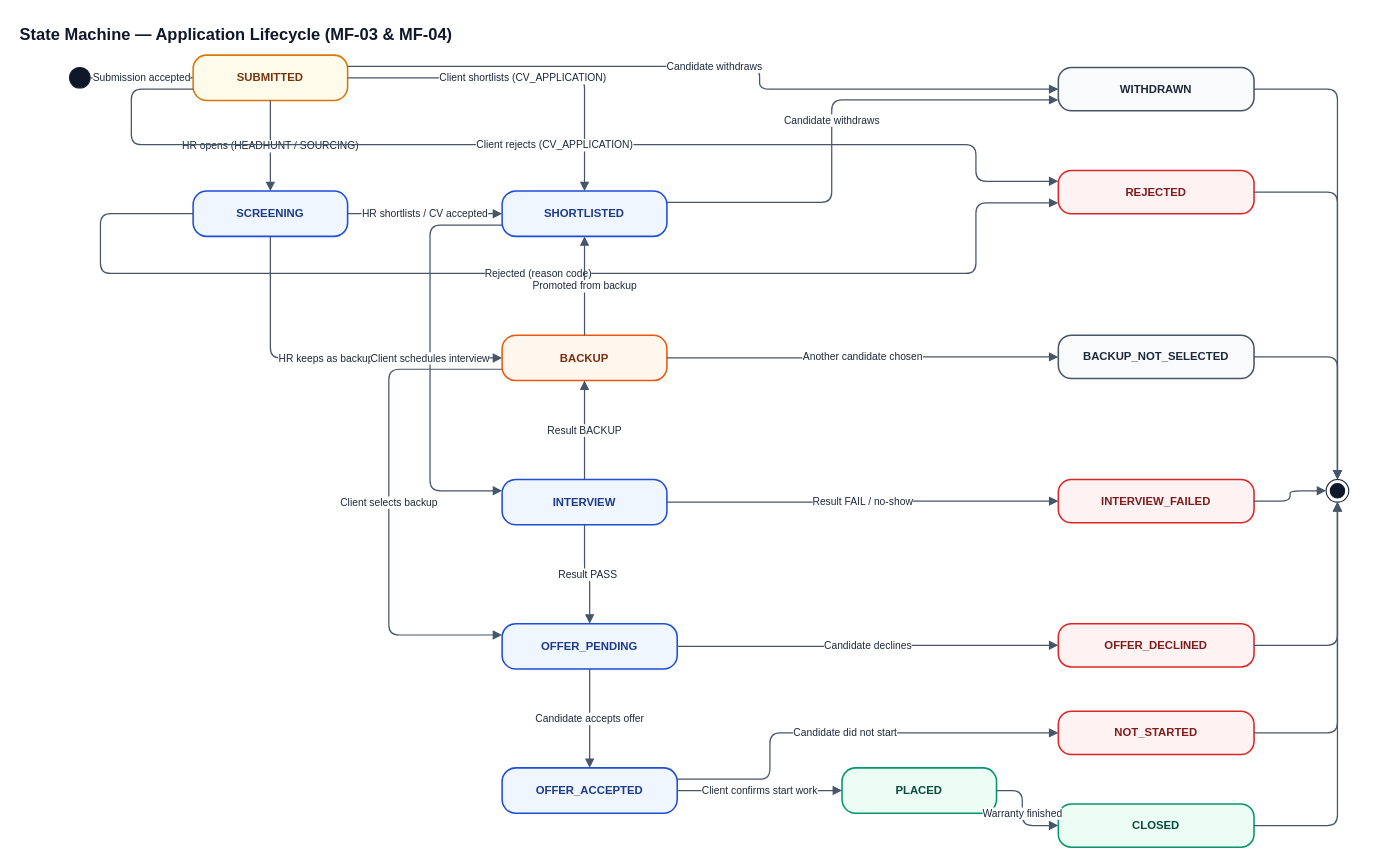
This is docs/diagrams/state-machines/source/sm-application.drawio from hoangqui794/hr-connect, a draw.io file, before an edit. Source tidied: cells renumbered, new cells numbered last; positions are measured from the earlier drawing's top-left corner, leaving out a move shared by most shapes. Both pictures are drawn from the tidied source at 103%, with x=0, y=0 at pixel (18, 18).
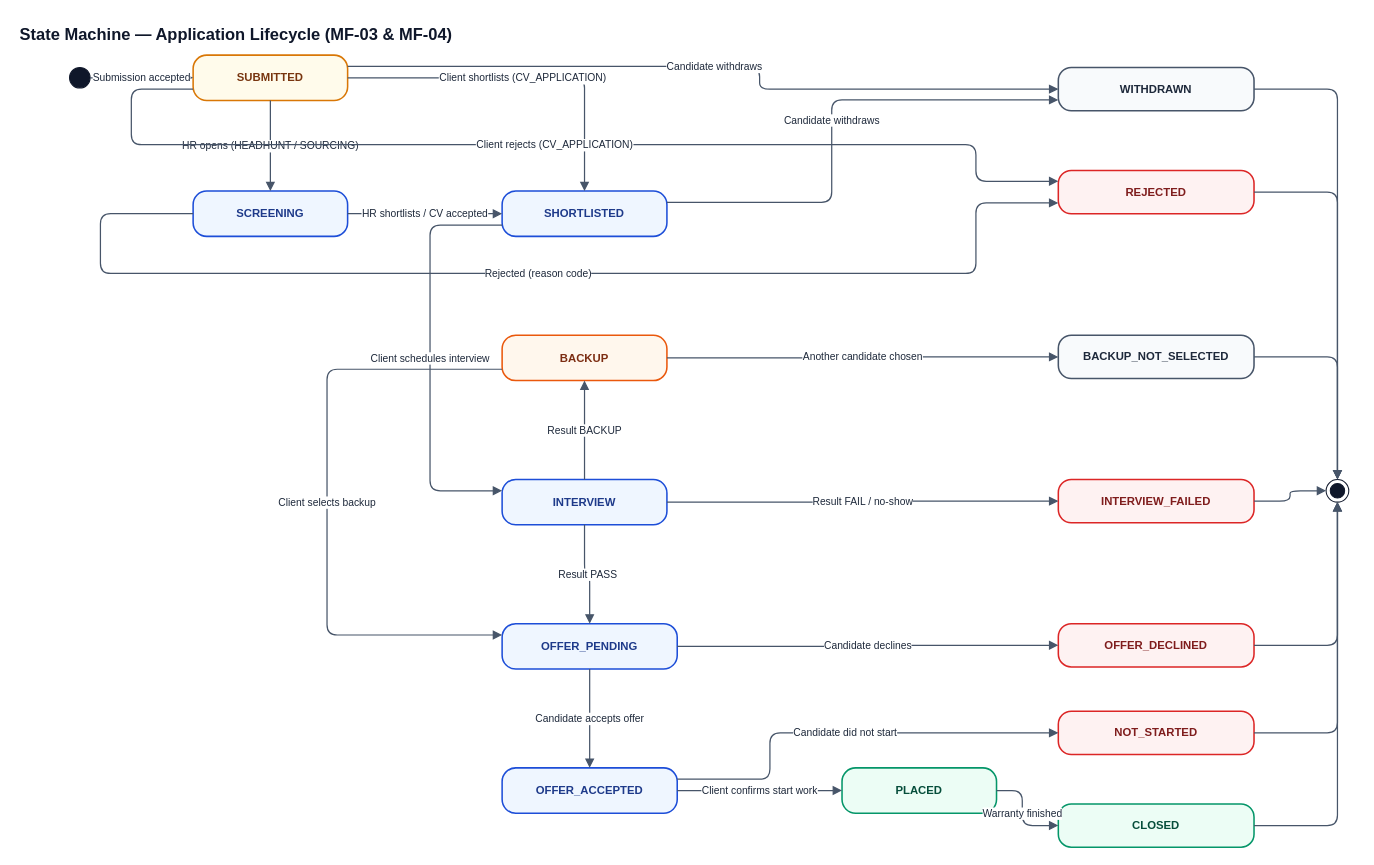
Above is the later version.

The change refers to these unchanged cells:
```xml
<mxCell id="5" value="SCREENING" style="rounded=1;whiteSpace=wrap;html=1;arcSize=30;fillColor=#EFF6FF;strokeColor=#1D4ED8;strokeWidth=1.5;fontStyle=1;fontSize=11;fontFamily=Helvetica;fontColor=#1E3A8A;" parent="1" vertex="1">
  <mxGeometry x="170" y="168" width="150" height="44" as="geometry" />
</mxCell>
<mxCell id="6" value="SHORTLISTED" style="rounded=1;whiteSpace=wrap;html=1;arcSize=30;fillColor=#EFF6FF;strokeColor=#1D4ED8;strokeWidth=1.5;fontStyle=1;fontSize=11;fontFamily=Helvetica;fontColor=#1E3A8A;" parent="1" vertex="1">
  <mxGeometry x="470" y="168" width="160" height="44" as="geometry" />
</mxCell>
<mxCell id="7" value="BACKUP" style="rounded=1;whiteSpace=wrap;html=1;arcSize=30;fillColor=#FFF7ED;strokeColor=#EA580C;strokeWidth=1.5;fontStyle=1;fontSize=11;fontFamily=Helvetica;fontColor=#7C2D12;" parent="1" vertex="1">
  <mxGeometry x="470" y="308" width="160" height="44" as="geometry" />
</mxCell>
<mxCell id="9" value="OFFER_PENDING" style="rounded=1;whiteSpace=wrap;html=1;arcSize=30;fillColor=#EFF6FF;strokeColor=#1D4ED8;strokeWidth=1.5;fontStyle=1;fontSize=11;fontFamily=Helvetica;fontColor=#1E3A8A;" parent="1" vertex="1">
  <mxGeometry x="470" y="588" width="170" height="44" as="geometry" />
</mxCell>
```

Change to the diagram source:
```diff
@@
-    <mxCell id="26" value="HR keeps as backup" style="edgeStyle=orthogonalEdgeStyle;rounded=1;jettySize=auto;html=1;endArrow=block;endFill=1;fontSize=10;fontFamily=Helvetica;fontColor=#1E293B;labelBackgroundColor=#FFFFFF;strokeColor=#475569;strokeWidth=1.2;exitX=0.5;exitY=1;exitDx=0;exitDy=0;entryX=0;entryY=0.5;entryDx=0;entryDy=0;" parent="1" edge="1" source="5" target="7">
-      <mxGeometry relative="1" as="geometry">
-        <Array as="points">
-          <mxPoint x="245" y="330" />
-        </Array>
-      </mxGeometry>
-    </mxCell>
@@
-    <mxCell id="30" value="Promoted from backup" style="edgeStyle=orthogonalEdgeStyle;rounded=1;jettySize=auto;html=1;endArrow=block;endFill=1;fontSize=10;fontFamily=Helvetica;fontColor=#1E293B;labelBackgroundColor=#FFFFFF;strokeColor=#475569;strokeWidth=1.2;exitX=0.5;exitY=0;exitDx=0;exitDy=0;entryX=0.5;entryY=1;entryDx=0;entryDy=0;" parent="1" edge="1" source="7" target="6">
-      <mxGeometry relative="1" as="geometry" />
-    </mxCell>
     <mxCell id="31" value="Client selects backup" style="edgeStyle=orthogonalEdgeStyle;rounded=1;jettySize=auto;html=1;endArrow=block;endFill=1;fontSize=10;fontFamily=Helvetica;fontColor=#1E293B;labelBackgroundColor=#FFFFFF;strokeColor=#475569;strokeWidth=1.2;exitX=0;exitY=0.75;exitDx=0;exitDy=0;entryX=0;entryY=0.25;entryDx=0;entryDy=0;" parent="1" edge="1" source="7" target="9">
       <mxGeometry relative="1" as="geometry">
         <Array as="points">
-          <mxPoint x="360" y="341" />
-          <mxPoint x="360" y="599" />
+          <mxPoint x="300" y="341" />
+          <mxPoint x="300" y="599" />
         </Array>
       </mxGeometry>
     </mxCell>
```
